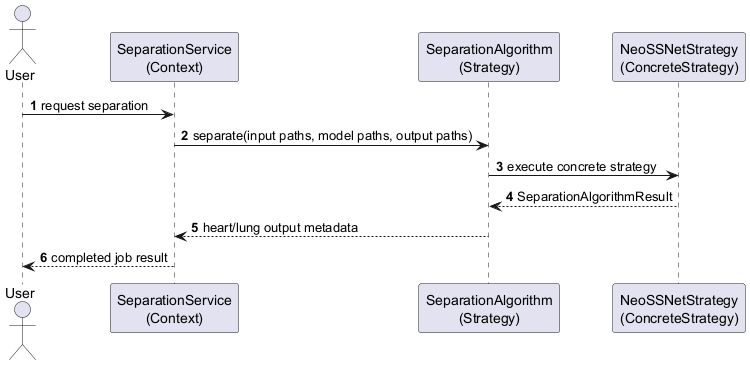
The PlantUML diagram docs/software_design_report/diagrams/img/strategy_sequence.png in ASHRAF-2004/Machine-Learning-Based-System-for-Cardiopulmonary-Sound-Separation, before a commit. Its diagram source:
```plantuml
@startuml

skinparam shadowing false
autonumber

actor User
participant "SeparationService\n(Context)" as Service
participant "SeparationAlgorithm\n(Strategy)" as Algorithm
participant "NeoSSNetStrategy\n(ConcreteStrategy)" as NeoSSNet

User -> Service : request separation
Service -> Algorithm : separate(input paths, model paths, output paths)
Algorithm -> NeoSSNet : execute concrete strategy
NeoSSNet --> Algorithm : SeparationAlgorithmResult
Algorithm --> Service : heart/lung output metadata
Service --> User : completed job result

@enduml
```
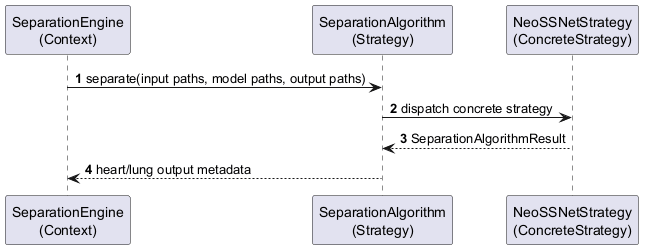
The same diagram one commit later.

Diff of the diagram source:
```diff
@@ -3,16 +3,13 @@
 skinparam shadowing false
 autonumber
 
-actor User
-participant "SeparationService\n(Context)" as Service
+participant "SeparationEngine\n(Context)" as Engine
 participant "SeparationAlgorithm\n(Strategy)" as Algorithm
 participant "NeoSSNetStrategy\n(ConcreteStrategy)" as NeoSSNet
 
-User -> Service : request separation
-Service -> Algorithm : separate(input paths, model paths, output paths)
-Algorithm -> NeoSSNet : execute concrete strategy
+Engine -> Algorithm : separate(input paths, model paths, output paths)
+Algorithm -> NeoSSNet : dispatch concrete strategy
 NeoSSNet --> Algorithm : SeparationAlgorithmResult
-Algorithm --> Service : heart/lung output metadata
-Service --> User : completed job result
+Algorithm --> Engine : heart/lung output metadata
 
 @enduml
```
